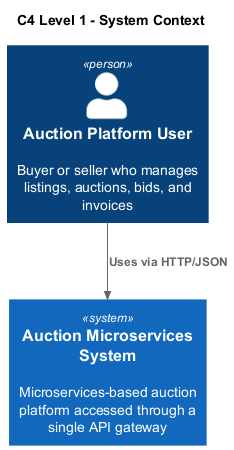
Earlier version of the PlantUML export diagrams/C4_Level1_context.png (Noah-tdf/AuctionMicroservice).
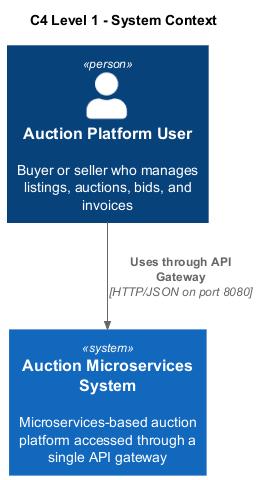
The same file after the commit.

What changed in the source:
```diff
@@ -9,6 +9,6 @@
 
 System(auctionSystem, "Auction Microservices System", "Microservices-based auction platform accessed through a single API gateway")
 
-Rel(user, auctionSystem, "Uses via HTTP/JSON")
+Rel(user, auctionSystem, "Uses through API Gateway", "HTTP/JSON on port 8080")
 
 @enduml
```
